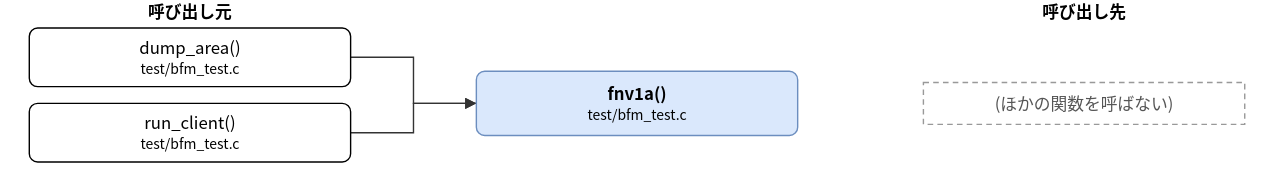
Above: doc/spec/images/call_test_bfm_test-fnv1a.drawio.svg in hf355051012-ai/bfmem (draw.io), before the change. Source tidied: cells renumbered, new cells last; positions are measured from the earlier drawing's top-left corner, leaving out a move shared by most shapes. Its diagram source:
```xml
<mxGraphModel>
  <root>
    <mxCell id="0" />
    <mxCell id="1" parent="0" />
    <mxCell id="2" value="fnv1a()&lt;br&gt;&lt;font style=&quot;font-size:10px&quot;&gt;test/bfm_test.c&lt;/font&gt;" style="rounded=1;whiteSpace=wrap;html=1;fillColor=#dae8fc;strokeColor=#6c8ebf;fontStyle=1;" parent="1" vertex="1">
      <mxGeometry x="320" y="51" width="230" height="46" as="geometry" />
    </mxCell>
    <mxCell id="3" value="dump_area()&lt;br&gt;&lt;font style=&quot;font-size:10px&quot;&gt;test/bfm_test.c&lt;/font&gt;" style="rounded=1;whiteSpace=wrap;html=1;" parent="1" vertex="1">
      <mxGeometry y="20" width="230" height="42" as="geometry" />
    </mxCell>
    <mxCell id="4" value="run_client()&lt;br&gt;&lt;font style=&quot;font-size:10px&quot;&gt;test/bfm_test.c&lt;/font&gt;" style="rounded=1;whiteSpace=wrap;html=1;" parent="1" vertex="1">
      <mxGeometry y="74" width="230" height="42" as="geometry" />
    </mxCell>
    <mxCell id="5" value="(ほかの関数を呼ばない)" style="rounded=0;whiteSpace=wrap;html=1;dashed=1;strokeColor=#999999;fontColor=#555555;dashed=1;" parent="1" vertex="1">
      <mxGeometry x="640" y="59" width="230" height="30" as="geometry" />
    </mxCell>
    <mxCell id="6" style="edgeStyle=none;html=1;rounded=0;endArrow=block;endFill=1;exitX=1.0000;exitY=0.5000;exitDx=0;exitDy=0;exitPerimeter=0;entryX=0.0000;entryY=0.5000;entryDx=0;entryDy=0;entryPerimeter=0;" parent="1" edge="1" source="3" target="2">
      <mxGeometry relative="1" as="geometry">
        <Array as="points">
          <mxPoint x="275" y="41" />
          <mxPoint x="275" y="74" />
        </Array>
      </mxGeometry>
    </mxCell>
    <mxCell id="7" style="edgeStyle=none;html=1;rounded=0;endArrow=block;endFill=1;exitX=1.0000;exitY=0.5000;exitDx=0;exitDy=0;exitPerimeter=0;entryX=0.0000;entryY=0.5000;entryDx=0;entryDy=0;entryPerimeter=0;" parent="1" edge="1" source="4" target="2">
      <mxGeometry relative="1" as="geometry">
        <Array as="points">
          <mxPoint x="275" y="95" />
          <mxPoint x="275" y="74" />
        </Array>
      </mxGeometry>
    </mxCell>
    <mxCell id="8" value="呼び出し元" style="text;html=1;align=center;fontStyle=1;" parent="1" vertex="1">
      <mxGeometry x="35" width="160" height="18" as="geometry" />
    </mxCell>
    <mxCell id="9" value="呼び出し先" style="text;html=1;align=center;fontStyle=1;" parent="1" vertex="1">
      <mxGeometry x="675" width="160" height="18" as="geometry" />
    </mxCell>
  </root>
</mxGraphModel>
```
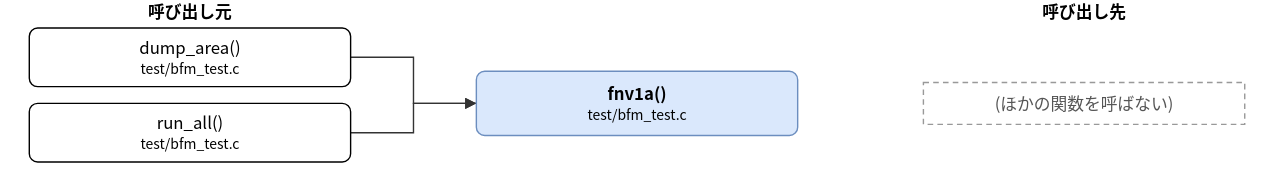
Later version of the same file.

The edit, as a diff of the source:
```diff
@@ -8,7 +8,7 @@
     <mxCell id="3" value="dump_area()&lt;br&gt;&lt;font style=&quot;font-size:10px&quot;&gt;test/bfm_test.c&lt;/font&gt;" style="rounded=1;whiteSpace=wrap;html=1;" parent="1" vertex="1">
       <mxGeometry y="20" width="230" height="42" as="geometry" />
     </mxCell>
-    <mxCell id="4" value="run_client()&lt;br&gt;&lt;font style=&quot;font-size:10px&quot;&gt;test/bfm_test.c&lt;/font&gt;" style="rounded=1;whiteSpace=wrap;html=1;" parent="1" vertex="1">
+    <mxCell id="4" value="run_all()&lt;br&gt;&lt;font style=&quot;font-size:10px&quot;&gt;test/bfm_test.c&lt;/font&gt;" style="rounded=1;whiteSpace=wrap;html=1;" parent="1" vertex="1">
       <mxGeometry y="74" width="230" height="42" as="geometry" />
     </mxCell>
     <mxCell id="5" value="(ほかの関数を呼ばない)" style="rounded=0;whiteSpace=wrap;html=1;dashed=1;strokeColor=#999999;fontColor=#555555;dashed=1;" parent="1" vertex="1">
```
